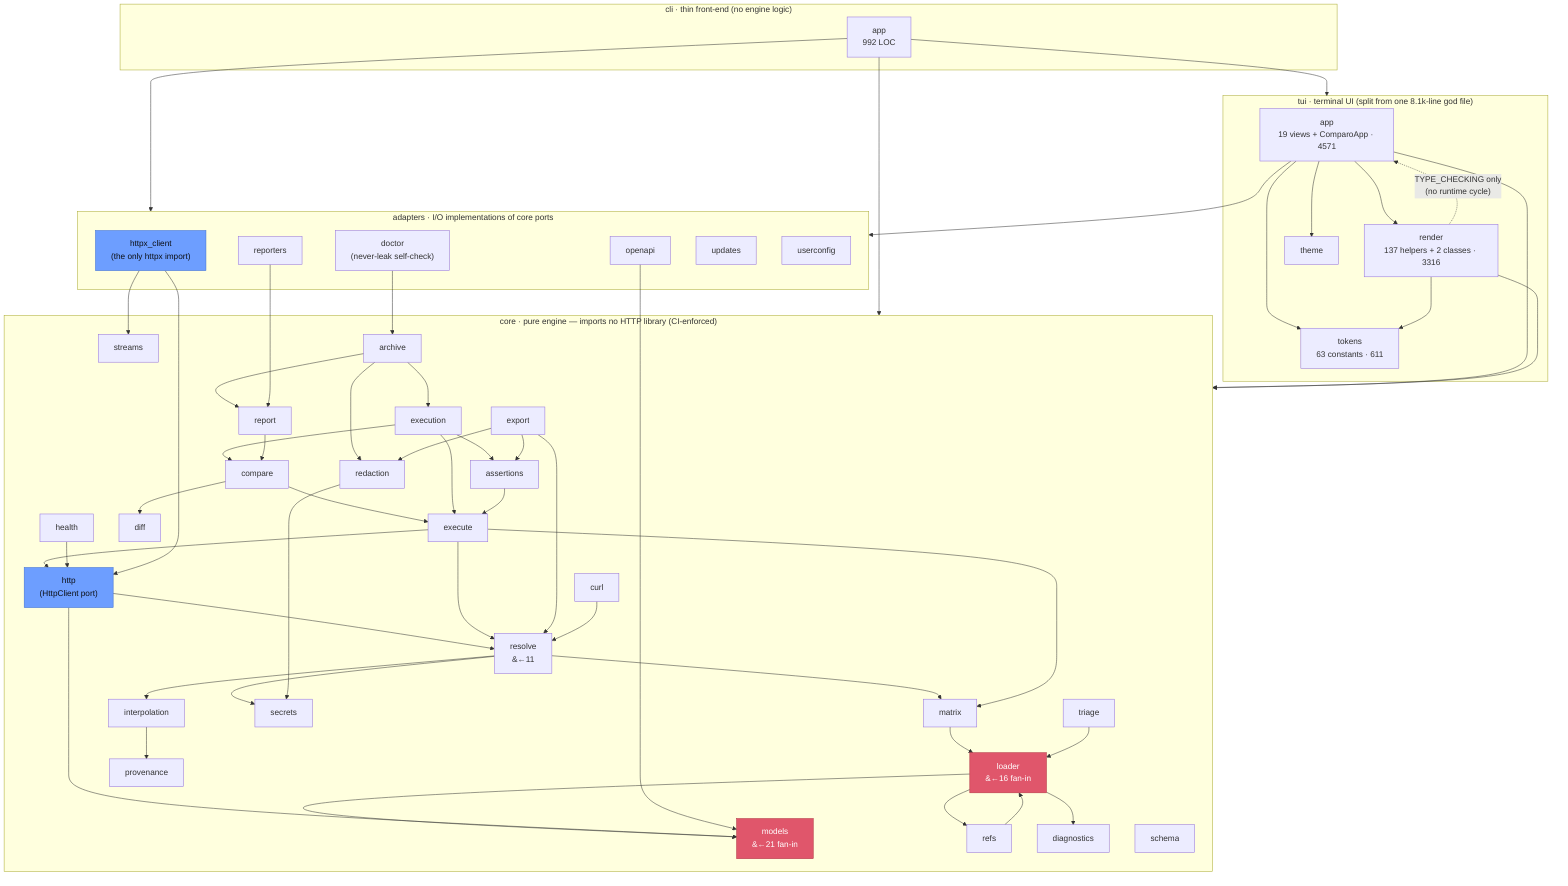
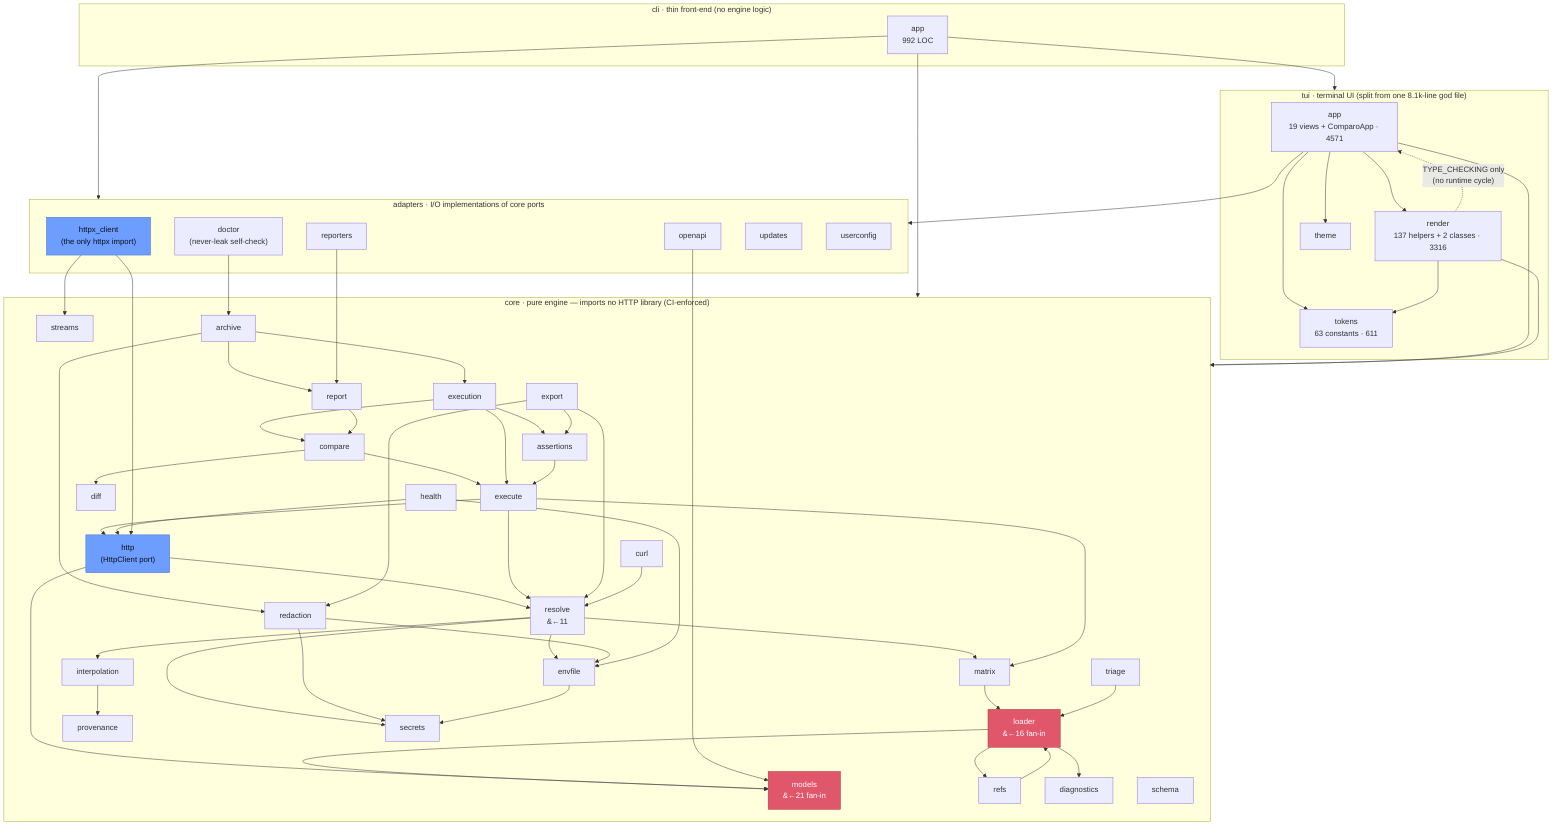
graph TD
    classDef hot fill:#e0566b,color:#fff,stroke:#b0303f
    classDef port fill:#6d9eff,color:#0d1017,stroke:#3f6fd0
    classDef leaf fill:#48a97f,color:#0d1017,stroke:#2f7a5a

    subgraph CLI["cli  ·  thin front-end (no engine logic)"]
        cliapp["app<br/>992 LOC"]
    end

    subgraph TUI["tui  ·  terminal UI  (split from one 8.1k-line god file)"]
        tapp["app<br/>19 views + ComparoApp · 4571"]
        trender["render<br/>137 helpers + 2 classes · 3316"]
        ttokens["tokens<br/>63 constants · 611"]
        ttheme["theme"]
        tapp --> trender
        tapp --> ttokens
        tapp --> ttheme
        trender --> ttokens
        trender -. "TYPE_CHECKING only<br/>(no runtime cycle)" .-> tapp
    end

    subgraph ADAPTERS["adapters  ·  I/O implementations of core ports"]
        httpx["httpx_client<br/>(the only httpx import)"]:::port
        reporters
        openapi
        doctor["doctor<br/>(never-leak self-check)"]
        updates
        userconfig
    end

    subgraph CORE["core  ·  pure engine  —  imports no HTTP library (CI-enforced)"]
        models["models<br/>&#8592;21 fan-in"]:::hot
        loader["loader<br/>&#8592;16 fan-in"]:::hot
        resolve["resolve<br/>&#8592;11"]
        refs["refs"]
        diagnostics
        provenance
        interpolation
        matrix
        schema
        secrets
+         envfile
        redaction
        curl
        http["http<br/>(HttpClient port)"]:::port
        streams
        execute
        execution
        compare
        diff
        assertions
        report
        archive
        export
        triage
        health

        loader --> models
        loader --> diagnostics
        loader --> refs
        refs --> loader
        interpolation --> provenance
        resolve --> interpolation
        resolve --> matrix
        resolve --> secrets
+         resolve --> envfile
        matrix --> loader
        redaction --> secrets
+         redaction --> envfile
+         envfile --> secrets
+         health --> envfile
        http --> models
        http --> resolve
        execute --> http
        execute --> resolve
        execute --> matrix
        compare --> diff
        compare --> execute
        execution --> compare
        execution --> assertions
        execution --> execute
        assertions --> execute
        report --> compare
        archive --> execution
        archive --> report
        archive --> redaction
        export --> resolve
        export --> assertions
        export --> redaction
        curl --> resolve
        health --> http
        triage --> loader
    end

    cliapp --> TUI
    cliapp --> ADAPTERS
    cliapp --> CORE
    tapp --> ADAPTERS
    tapp --> CORE
    trender --> CORE
    httpx --> http
    httpx --> streams
    reporters --> report
    openapi --> models
    doctor --> archive
